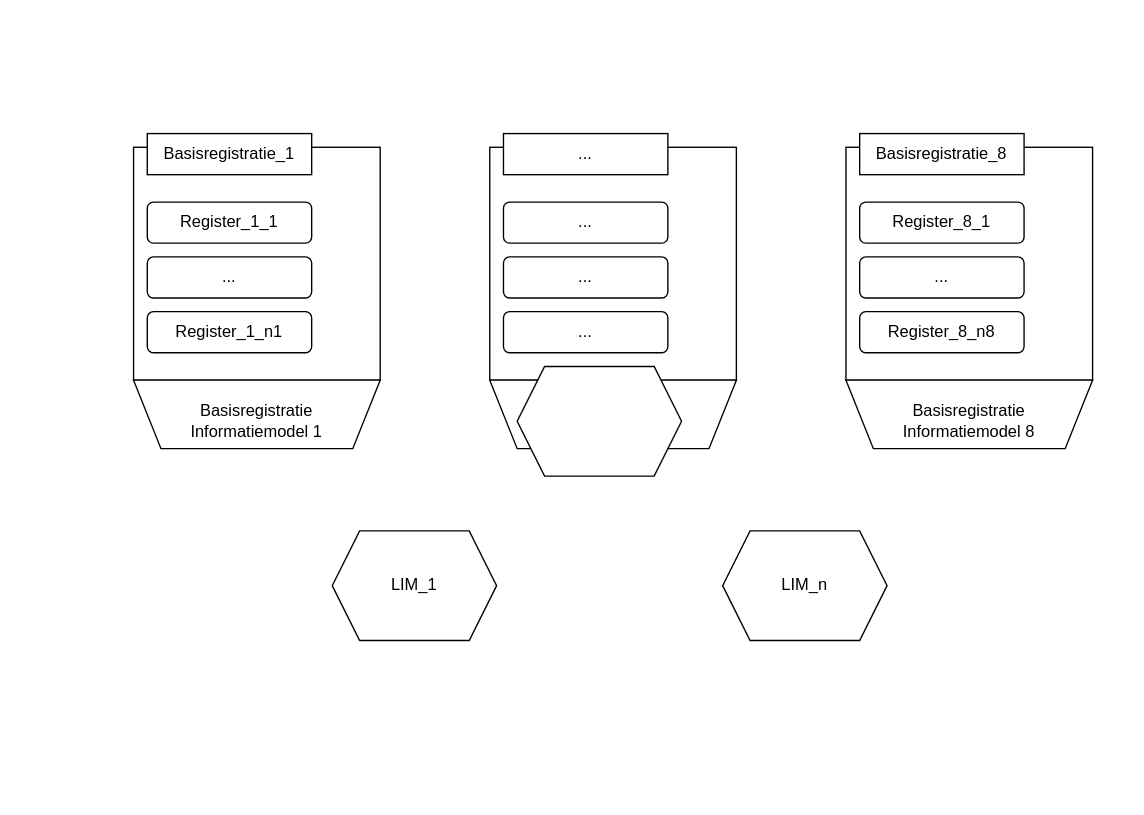
This is SamenhangModellen.drawio from robbert-hardin/FGDIM, a draw.io file, before an edit. Source tidied: cells renumbered, new cells numbered last; positions are measured from the earlier drawing's top-left corner, leaving out a move shared by most shapes. Both pictures are drawn from the tidied source at 137%, with x=0, y=0 at pixel (133, 133).
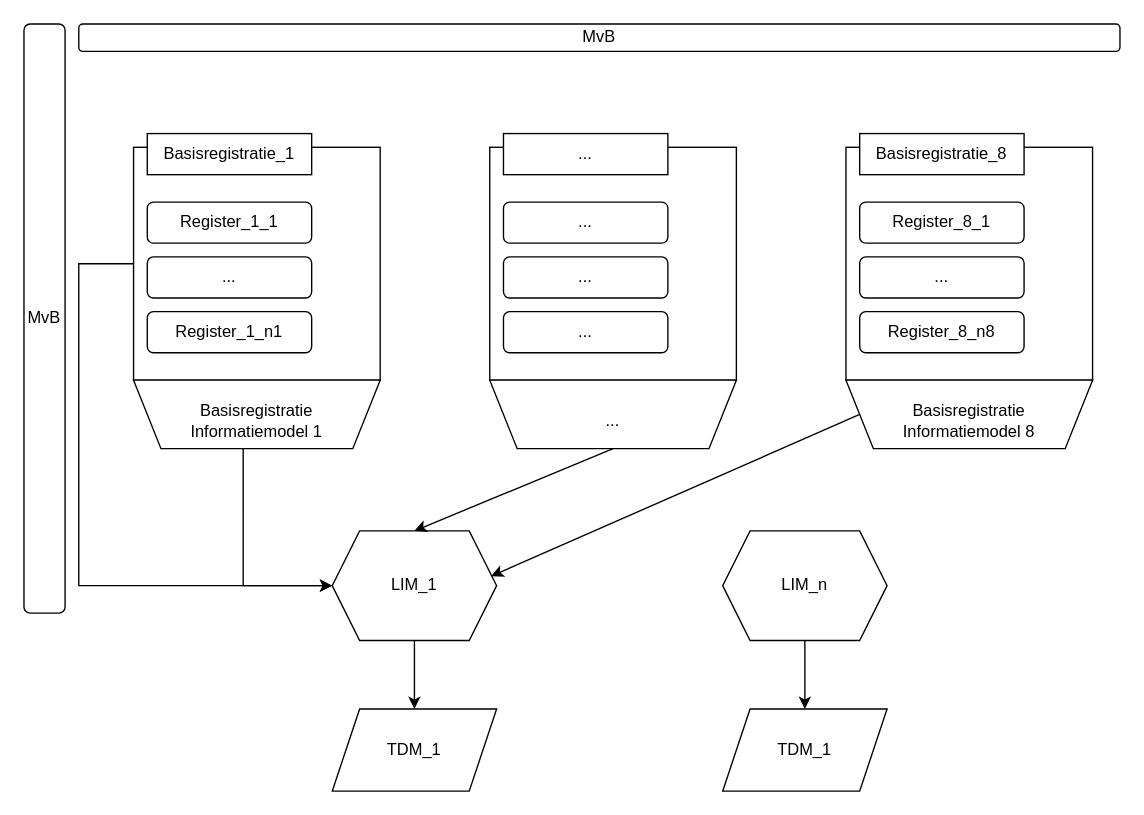
The same diagram, later.

Unchanged cells that the change refers to:
```xml
<mxCell id="2" style="rounded=0;whiteSpace=wrap;html=1;" parent="1" vertex="1">
  <mxGeometry y="10" width="180" height="170" as="geometry" />
</mxCell>
<mxCell id="18" value="&lt;div&gt;Basisregistratie&lt;/div&gt;&lt;div&gt;Informatiemodel 1&lt;/div&gt;" style="text;html=1;align=center;verticalAlign=middle;whiteSpace=wrap;rounded=0;" parent="1" vertex="1">
  <mxGeometry x="35" y="180" width="110" height="60" as="geometry" />
</mxCell>
<mxCell id="19" style="shape=trapezoid;perimeter=trapezoidPerimeter;whiteSpace=wrap;html=1;fixedSize=1;rotation=-180;" parent="1" vertex="1">
  <mxGeometry x="520" y="180" width="180" height="50" as="geometry" />
</mxCell>
<mxCell id="24" value="LIM_1" style="shape=hexagon;perimeter=hexagonPerimeter2;whiteSpace=wrap;html=1;fixedSize=1;" parent="1" vertex="1">
  <mxGeometry x="145" y="290" width="120" height="80" as="geometry" />
</mxCell>
<mxCell id="25" value="LIM_n" style="shape=hexagon;perimeter=hexagonPerimeter2;whiteSpace=wrap;html=1;fixedSize=1;" parent="1" vertex="1">
  <mxGeometry x="430" y="290" width="120" height="80" as="geometry" />
</mxCell>
```

Diff of the diagram source:
```diff
@@
-    <mxCell id="23" style="shape=hexagon;perimeter=hexagonPerimeter2;whiteSpace=wrap;html=1;fixedSize=1;" parent="1" vertex="1">
-      <mxGeometry x="280" y="170" width="120" height="80" as="geometry" />
-    </mxCell>
@@
+    <mxCell id="26" style="endArrow=classic;html=1;rounded=0;exitX=0;exitY=0.5;exitDx=0;exitDy=0;entryX=0;entryY=0.5;entryDx=0;entryDy=0;" parent="1" edge="1" source="2" target="24">
+      <mxGeometry relative="1" as="geometry">
+        <Array as="points">
+          <mxPoint x="-40" y="95" />
+          <mxPoint x="-40" y="330" />
+          <mxPoint y="330" />
+        </Array>
+      </mxGeometry>
+    </mxCell>
+    <mxCell id="27" style="endArrow=classic;html=1;rounded=0;exitX=0.409;exitY=0.833;exitDx=0;exitDy=0;exitPerimeter=0;entryX=0;entryY=0.5;entryDx=0;entryDy=0;" parent="1" edge="1" source="18" target="24">
+      <mxGeometry relative="1" as="geometry">
+        <Array as="points">
+          <mxPoint x="80" y="330" />
+        </Array>
+      </mxGeometry>
+    </mxCell>
+    <mxCell id="28" style="endArrow=classic;html=1;rounded=0;entryX=0.5;entryY=0;entryDx=0;entryDy=0;" parent="1" edge="1" target="24">
+      <mxGeometry relative="1" as="geometry">
+        <mxPoint x="350" y="230" as="sourcePoint" />
+      </mxGeometry>
+    </mxCell>
+    <mxCell id="29" style="endArrow=classic;html=1;rounded=0;entryX=0.967;entryY=0.413;entryDx=0;entryDy=0;entryPerimeter=0;exitX=1;exitY=0.5;exitDx=0;exitDy=0;" parent="1" edge="1" source="19" target="24">
+      <mxGeometry relative="1" as="geometry" />
+    </mxCell>
+    <mxCell id="30" value="TDM_1" style="shape=parallelogram;perimeter=parallelogramPerimeter;whiteSpace=wrap;html=1;fixedSize=1;" parent="1" vertex="1">
+      <mxGeometry x="145" y="420" width="120" height="60" as="geometry" />
+    </mxCell>
+    <mxCell id="31" value="TDM_1" style="shape=parallelogram;perimeter=parallelogramPerimeter;whiteSpace=wrap;html=1;fixedSize=1;" parent="1" vertex="1">
+      <mxGeometry x="430" y="420" width="120" height="60" as="geometry" />
+    </mxCell>
+    <mxCell id="32" style="endArrow=classic;html=1;rounded=0;exitX=0.5;exitY=1;exitDx=0;exitDy=0;entryX=0.5;entryY=0;entryDx=0;entryDy=0;" parent="1" edge="1" source="24" target="30">
+      <mxGeometry relative="1" as="geometry" />
+    </mxCell>
+    <mxCell id="33" style="endArrow=classic;html=1;rounded=0;exitX=0.5;exitY=1;exitDx=0;exitDy=0;entryX=0.5;entryY=0;entryDx=0;entryDy=0;" parent="1" edge="1" source="25" target="31">
+      <mxGeometry relative="1" as="geometry" />
+    </mxCell>
+    <mxCell id="34" value="MvB" style="rounded=1;whiteSpace=wrap;html=1;" parent="1" vertex="1">
+      <mxGeometry x="-40" y="-80" width="760" height="20" as="geometry" />
+    </mxCell>
+    <mxCell id="35" value="MvB" style="rounded=1;whiteSpace=wrap;html=1;" parent="1" vertex="1">
+      <mxGeometry x="-80" y="-80" width="30" height="430" as="geometry" />
+    </mxCell>
```
